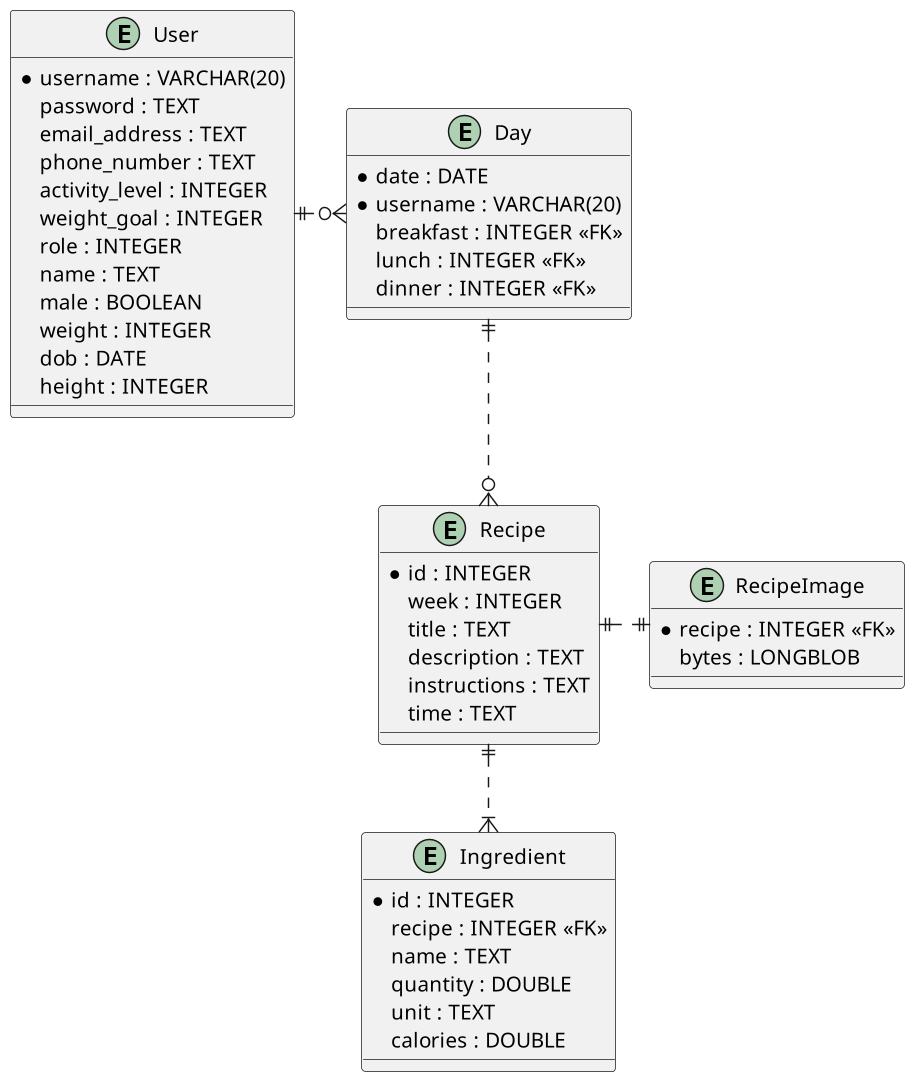
Above: diagram/entity-relationship.png in sofush/kostplan (PlantUML), before the change.
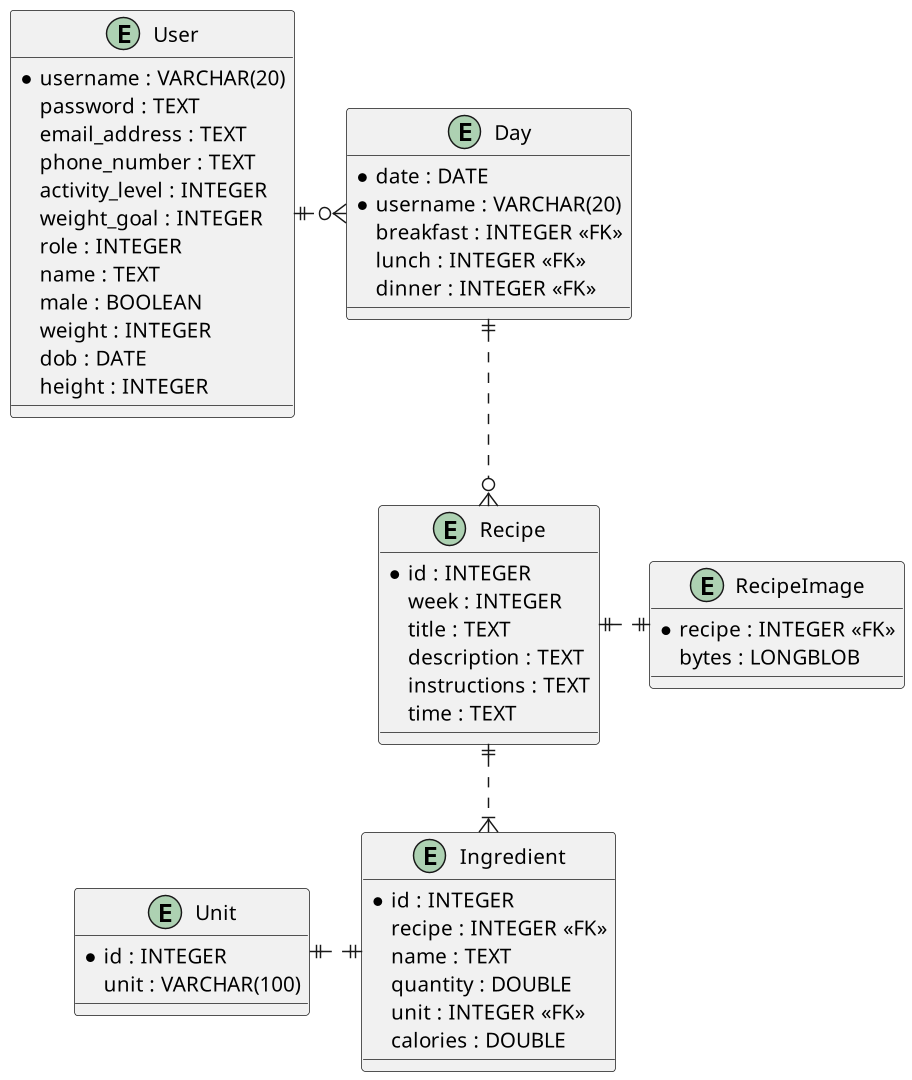
After the change.

Commit message:
feat: seperate unit from ingredient

What changed in the source:
```diff
@@ -38,11 +38,16 @@
 	recipe : INTEGER <<FK>>
 	name : TEXT
 	quantity : DOUBLE
-	unit : TEXT
+	unit : INTEGER <<FK>>
 	calories : DOUBLE
+}
+entity Unit {
+	*id : INTEGER
+	{field} unit : VARCHAR(100)
 }
 User ||.r.o{ Day
 Day ||..o{ Recipe
 Recipe ||.r.|| RecipeImage
 Recipe ||..|{ Ingredient
+Ingredient ||.l.|| Unit
 @enduml
```
